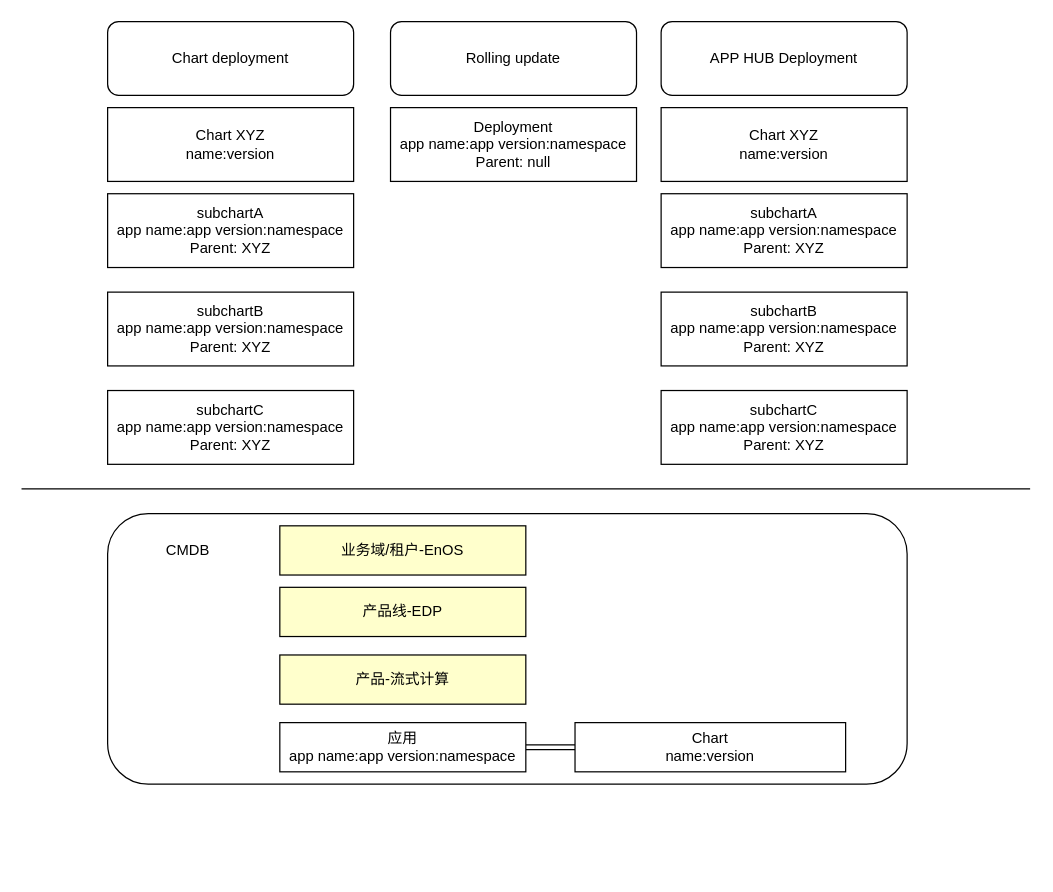
Above: page "Page-2" (2 of 2) of CMDB.drawio in Blake1982/blake_project (draw.io), before the change. Source tidied: cells renumbered, new cells numbered last; positions are measured from the earlier drawing's top-left corner, leaving out a move shared by most shapes. Both pictures are drawn from the tidied source at 123%, with x=0, y=0 at pixel (21, 21).
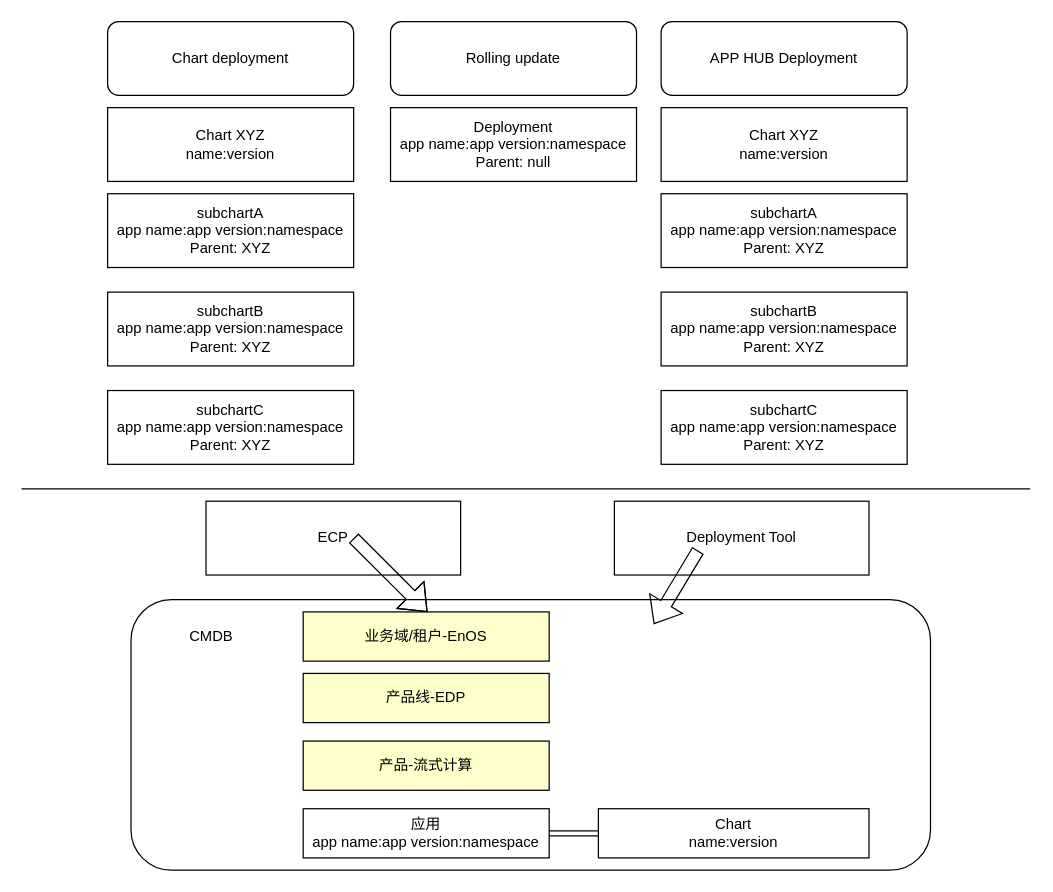
The same diagram, later.

The edit, as a diff of the source:
```diff
@@
     <mxCell id="14" style="rounded=1;whiteSpace=wrap;html=1;" parent="1" vertex="1">
-      <mxGeometry x="70" y="400" width="650" height="220" as="geometry" />
+      <mxGeometry x="89" y="470" width="650" height="220" as="geometry" />
     </mxCell>
     <mxCell id="15" value="CMDB" style="text;html=1;align=center;verticalAlign=middle;fillColor=none;strokeColor=none;rounded=0;" parent="1" vertex="1">
-      <mxGeometry x="110" y="420" width="50" height="20" as="geometry" />
+      <mxGeometry x="129" y="490" width="50" height="20" as="geometry" />
     </mxCell>
     <mxCell id="16" value="业务域/租户-EnOS" style="rounded=0;whiteSpace=wrap;html=1;fillColor=#FFFFCC;" parent="1" vertex="1">
-      <mxGeometry x="210" y="410" width="200" height="40" as="geometry" />
+      <mxGeometry x="229" y="480" width="200" height="40" as="geometry" />
     </mxCell>
     <mxCell id="17" value="产品线-EDP" style="rounded=0;whiteSpace=wrap;html=1;fillColor=#FFFFCC;" parent="1" vertex="1">
-      <mxGeometry x="210" y="460" width="200" height="40" as="geometry" />
+      <mxGeometry x="229" y="530" width="200" height="40" as="geometry" />
     </mxCell>
     <mxCell id="18" value="产品-流式计算" style="rounded=0;whiteSpace=wrap;html=1;fillColor=#FFFFCC;" parent="1" vertex="1">
-      <mxGeometry x="210" y="515" width="200" height="40" as="geometry" />
+      <mxGeometry x="229" y="585" width="200" height="40" as="geometry" />
     </mxCell>
@@
     <mxCell id="20" value="应用&lt;br&gt;app name:app version:namespace" style="rounded=0;whiteSpace=wrap;html=1;" parent="1" vertex="1">
-      <mxGeometry x="210" y="570" width="200" height="40" as="geometry" />
+      <mxGeometry x="229" y="640" width="200" height="40" as="geometry" />
     </mxCell>
     <mxCell id="21" value="Chart&lt;br&gt;name:version" style="rounded=0;whiteSpace=wrap;html=1;" parent="1" vertex="1">
-      <mxGeometry x="450" y="570" width="220" height="40" as="geometry" />
+      <mxGeometry x="469" y="640" width="220" height="40" as="geometry" />
     </mxCell>
@@
+    <mxCell id="23" value="ECP" style="rounded=0;whiteSpace=wrap;html=1;" parent="1" vertex="1">
+      <mxGeometry x="150" y="390" width="207" height="60" as="geometry" />
+    </mxCell>
+    <mxCell id="24" value="Deployment Tool" style="rounded=0;whiteSpace=wrap;html=1;" parent="1" vertex="1">
+      <mxGeometry x="482" y="390" width="207" height="60" as="geometry" />
+    </mxCell>
+    <mxCell id="25" style="shape=flexArrow;endArrow=classic;html=1;rounded=0;" parent="1" edge="1">
+      <mxGeometry relative="1" as="geometry">
+        <mxPoint x="270" y="420" as="sourcePoint" />
+        <mxPoint x="330" y="480" as="targetPoint" />
+        <Array as="points">
+          <mxPoint x="310" y="460" />
+        </Array>
+      </mxGeometry>
+    </mxCell>
+    <mxCell id="26" style="shape=flexArrow;endArrow=classic;html=1;rounded=0;" parent="1" edge="1">
+      <mxGeometry relative="1" as="geometry">
+        <mxPoint x="550" y="430" as="sourcePoint" />
+        <mxPoint x="514" y="490" as="targetPoint" />
+        <Array as="points">
+          <mxPoint x="514" y="490" />
+        </Array>
+      </mxGeometry>
+    </mxCell>
```
